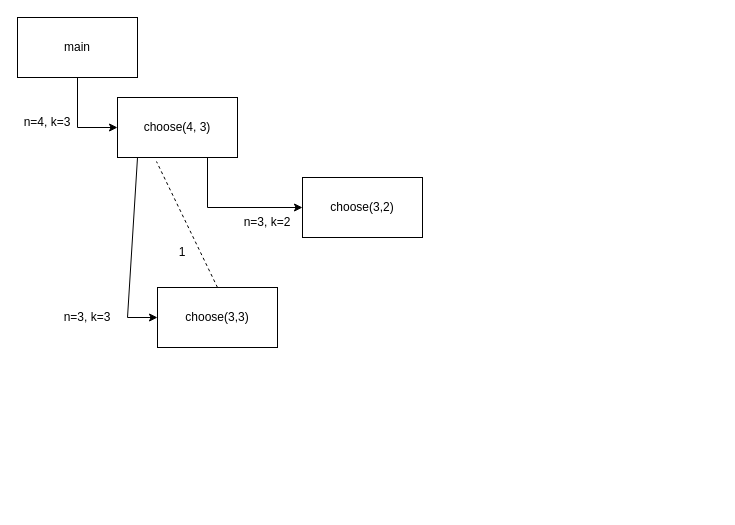
Above: Franz_PS3Pt4_4aDrawing.drawio in noahfranz13/Physics-Labs (draw.io), before the change. Source tidied: cells renumbered, new cells numbered last; positions are measured from the earlier drawing's top-left corner, leaving out a move shared by most shapes. Both pictures are drawn from the tidied source at 100%, with x=0, y=0 at pixel (17, 17).
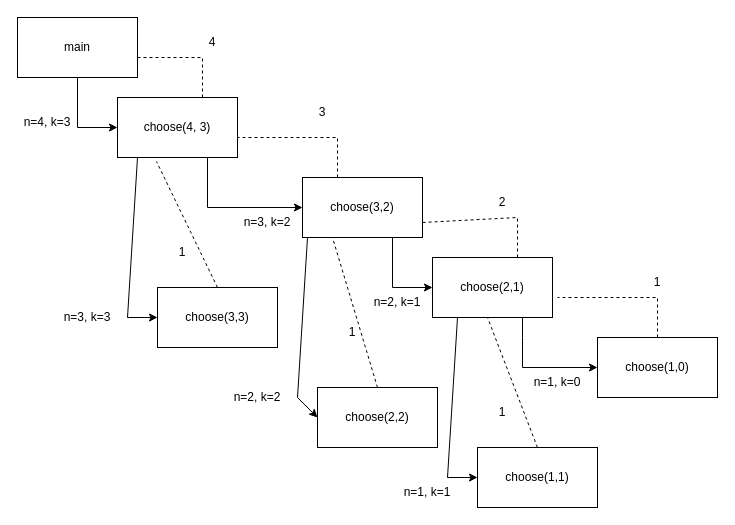
The same page after the edit.

Unchanged cells that the change refers to:
```xml
<mxCell id="6" value="choose(3,2)" style="rounded=0;whiteSpace=wrap;html=1;" parent="1" vertex="1">
  <mxGeometry x="285" y="160" width="120" height="60" as="geometry" />
</mxCell>
```

Diff of the diagram source:
```diff
@@
+    <mxCell id="14" value="choose(2,1)" style="rounded=0;whiteSpace=wrap;html=1;" parent="1" vertex="1">
+      <mxGeometry x="415" y="240" width="120" height="60" as="geometry" />
+    </mxCell>
+    <mxCell id="15" style="endArrow=classic;html=1;rounded=0;entryX=0;entryY=0.5;entryDx=0;entryDy=0;exitX=0.75;exitY=1;exitDx=0;exitDy=0;" parent="1" edge="1" source="6" target="14">
+      <mxGeometry relative="1" as="geometry">
+        <Array as="points">
+          <mxPoint x="375" y="270" />
+        </Array>
+      </mxGeometry>
+    </mxCell>
+    <mxCell id="16" value="n=2, k=1" style="text;html=1;strokeColor=none;fillColor=none;align=center;verticalAlign=middle;whiteSpace=wrap;rounded=0;" parent="1" vertex="1">
+      <mxGeometry x="350" y="270" width="60" height="30" as="geometry" />
+    </mxCell>
+    <mxCell id="17" value="choose(1,0)" style="rounded=0;whiteSpace=wrap;html=1;" parent="1" vertex="1">
+      <mxGeometry x="580" y="320" width="120" height="60" as="geometry" />
+    </mxCell>
+    <mxCell id="18" style="endArrow=classic;html=1;rounded=0;entryX=0;entryY=0.5;entryDx=0;entryDy=0;exitX=0.75;exitY=1;exitDx=0;exitDy=0;" parent="1" edge="1" source="14" target="17">
+      <mxGeometry relative="1" as="geometry">
+        <Array as="points">
+          <mxPoint x="505" y="320" />
+          <mxPoint x="505" y="350" />
+        </Array>
+      </mxGeometry>
+    </mxCell>
+    <mxCell id="19" value="n=1, k=0" style="text;html=1;strokeColor=none;fillColor=none;align=center;verticalAlign=middle;whiteSpace=wrap;rounded=0;" parent="1" vertex="1">
+      <mxGeometry x="510" y="350" width="60" height="30" as="geometry" />
+    </mxCell>
+    <mxCell id="20" value="choose(2,2)" style="rounded=0;whiteSpace=wrap;html=1;" parent="1" vertex="1">
+      <mxGeometry x="300" y="370" width="120" height="60" as="geometry" />
+    </mxCell>
+    <mxCell id="21" value="n=2, k=2" style="text;html=1;strokeColor=none;fillColor=none;align=center;verticalAlign=middle;whiteSpace=wrap;rounded=0;" parent="1" vertex="1">
+      <mxGeometry x="210" y="365" width="60" height="30" as="geometry" />
+    </mxCell>
+    <mxCell id="22" style="endArrow=classic;html=1;rounded=0;entryX=0;entryY=0.5;entryDx=0;entryDy=0;" parent="1" edge="1" target="20">
+      <mxGeometry relative="1" as="geometry">
+        <mxPoint x="290" y="220" as="sourcePoint" />
+        <Array as="points">
+          <mxPoint x="280" y="380" />
+        </Array>
+      </mxGeometry>
+    </mxCell>
+    <mxCell id="23" style="endArrow=none;dashed=1;html=1;rounded=0;entryX=0.25;entryY=1;entryDx=0;entryDy=0;exitX=0.5;exitY=0;exitDx=0;exitDy=0;" parent="1" edge="1" source="20" target="6">
+      <mxGeometry relative="1" as="geometry" />
+    </mxCell>
+    <mxCell id="24" value="1" style="text;html=1;strokeColor=none;fillColor=none;align=center;verticalAlign=middle;whiteSpace=wrap;rounded=0;" parent="1" vertex="1">
+      <mxGeometry x="320" y="300" width="30" height="30" as="geometry" />
+    </mxCell>
+    <mxCell id="25" value="choose(1,1)" style="rounded=0;whiteSpace=wrap;html=1;" parent="1" vertex="1">
+      <mxGeometry x="460" y="430" width="120" height="60" as="geometry" />
+    </mxCell>
+    <mxCell id="26" value="n=1, k=1" style="text;html=1;strokeColor=none;fillColor=none;align=center;verticalAlign=middle;whiteSpace=wrap;rounded=0;" parent="1" vertex="1">
+      <mxGeometry x="380" y="460" width="60" height="30" as="geometry" />
+    </mxCell>
+    <mxCell id="27" style="endArrow=classic;html=1;rounded=0;exitX=0.75;exitY=1;exitDx=0;exitDy=0;entryX=0;entryY=0.5;entryDx=0;entryDy=0;" parent="1" edge="1" target="25">
+      <mxGeometry relative="1" as="geometry">
+        <mxPoint x="440" y="300" as="sourcePoint" />
+        <Array as="points">
+          <mxPoint x="430" y="460" />
+        </Array>
+      </mxGeometry>
+    </mxCell>
+    <mxCell id="28" style="endArrow=none;dashed=1;html=1;rounded=0;exitX=0.5;exitY=0;exitDx=0;exitDy=0;" parent="1" edge="1" source="25">
+      <mxGeometry relative="1" as="geometry">
+        <mxPoint x="470" y="300" as="targetPoint" />
+      </mxGeometry>
+    </mxCell>
+    <mxCell id="29" value="1" style="text;html=1;strokeColor=none;fillColor=none;align=center;verticalAlign=middle;whiteSpace=wrap;rounded=0;" parent="1" vertex="1">
+      <mxGeometry x="470" y="380" width="30" height="30" as="geometry" />
+    </mxCell>
+    <mxCell id="30" style="endArrow=none;dashed=1;html=1;rounded=0;" parent="1" edge="1">
+      <mxGeometry relative="1" as="geometry">
+        <mxPoint x="640" y="320" as="sourcePoint" />
+        <mxPoint x="540" y="280" as="targetPoint" />
+        <Array as="points">
+          <mxPoint x="640" y="280" />
+        </Array>
+      </mxGeometry>
+    </mxCell>
+    <mxCell id="31" style="endArrow=none;dashed=1;html=1;rounded=0;entryX=1;entryY=0.75;entryDx=0;entryDy=0;" parent="1" edge="1" target="6">
+      <mxGeometry relative="1" as="geometry">
+        <mxPoint x="500" y="240" as="sourcePoint" />
+        <Array as="points">
+          <mxPoint x="500" y="200" />
+        </Array>
+      </mxGeometry>
+    </mxCell>
+    <mxCell id="32" style="endArrow=none;dashed=1;html=1;rounded=0;" parent="1" edge="1">
+      <mxGeometry relative="1" as="geometry">
+        <mxPoint x="320" y="160" as="sourcePoint" />
+        <mxPoint x="220" y="120" as="targetPoint" />
+        <Array as="points">
+          <mxPoint x="320" y="120" />
+        </Array>
+      </mxGeometry>
+    </mxCell>
+    <mxCell id="33" value="1" style="text;html=1;strokeColor=none;fillColor=none;align=center;verticalAlign=middle;whiteSpace=wrap;rounded=0;" parent="1" vertex="1">
+      <mxGeometry x="625" y="250" width="30" height="30" as="geometry" />
+    </mxCell>
+    <mxCell id="34" value="2" style="text;html=1;strokeColor=none;fillColor=none;align=center;verticalAlign=middle;whiteSpace=wrap;rounded=0;" parent="1" vertex="1">
+      <mxGeometry x="470" y="170" width="30" height="30" as="geometry" />
+    </mxCell>
+    <mxCell id="35" value="3" style="text;html=1;strokeColor=none;fillColor=none;align=center;verticalAlign=middle;whiteSpace=wrap;rounded=0;" parent="1" vertex="1">
+      <mxGeometry x="290" y="80" width="30" height="30" as="geometry" />
+    </mxCell>
+    <mxCell id="36" value="4" style="text;html=1;strokeColor=none;fillColor=none;align=center;verticalAlign=middle;whiteSpace=wrap;rounded=0;" parent="1" vertex="1">
+      <mxGeometry x="180" y="10" width="30" height="30" as="geometry" />
+    </mxCell>
+    <mxCell id="37" style="endArrow=none;dashed=1;html=1;rounded=0;" parent="1" edge="1">
+      <mxGeometry relative="1" as="geometry">
+        <mxPoint x="185" y="80" as="sourcePoint" />
+        <mxPoint x="120" y="40" as="targetPoint" />
+        <Array as="points">
+          <mxPoint x="185" y="40" />
+        </Array>
+      </mxGeometry>
+    </mxCell>
```
